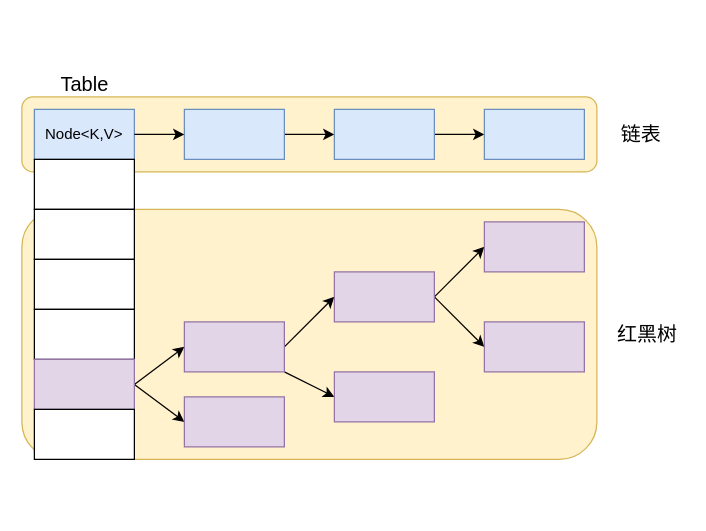
The draw.io diagram HashMap 的源码分析/HashMap 的源码分析.drawio in zero-97/picture-of-the-article, before the edit. Source tidied: cells renumbered, new cells numbered last; positions are measured from the earlier drawing's top-left corner, leaving out a move shared by most shapes. Both pictures are drawn from the tidied source at 125%, with x=0, y=0 at pixel (21, 71).
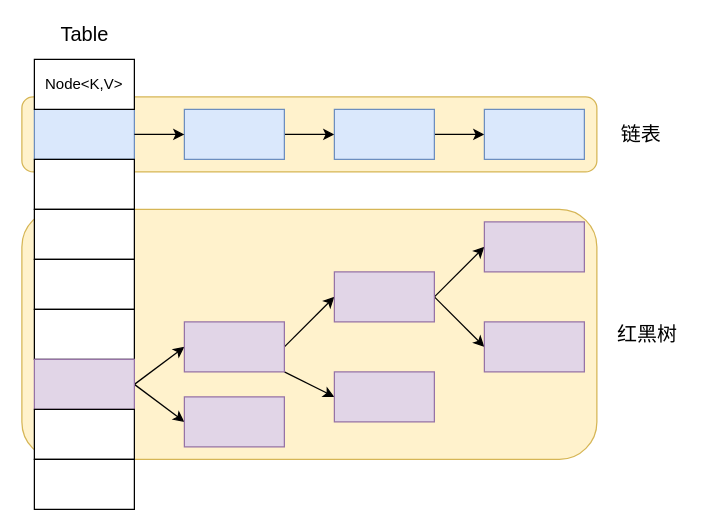
The same diagram, later.

Commit message (it also covers changes not shown here):
Update HashMap 的源码分析.drawio

Change to the diagram source:
```diff
@@
-    <mxCell id="4" value="Node&amp;lt;K,V&amp;gt;" style="rounded=0;whiteSpace=wrap;html=1;fillColor=#dae8fc;strokeColor=#6c8ebf;" parent="1" vertex="1">
+    <mxCell id="4" style="rounded=0;whiteSpace=wrap;html=1;fillColor=#dae8fc;strokeColor=#6c8ebf;" parent="1" vertex="1">
       <mxGeometry x="10" y="30" width="80" height="40" as="geometry" />
     </mxCell>
@@
     <mxCell id="29" value="&lt;font style=&quot;font-size: 16px&quot;&gt;Table&lt;/font&gt;" style="text;html=1;align=center;verticalAlign=middle;strokeColor=none;fillColor=none;" parent="1" vertex="1">
-      <mxGeometry x="25" width="50" height="20" as="geometry" />
+      <mxGeometry x="25" y="-40" width="50" height="20" as="geometry" />
     </mxCell>
@@
+    <mxCell id="32" value="&lt;span&gt;Node&amp;lt;K,V&amp;gt;&lt;/span&gt;" style="rounded=0;whiteSpace=wrap;html=1;" parent="1" vertex="1">
+      <mxGeometry x="10" y="-10" width="80" height="40" as="geometry" />
+    </mxCell>
+    <mxCell id="33" style="rounded=0;whiteSpace=wrap;html=1;" parent="1" vertex="1">
+      <mxGeometry x="10" y="310" width="80" height="40" as="geometry" />
+    </mxCell>
```
